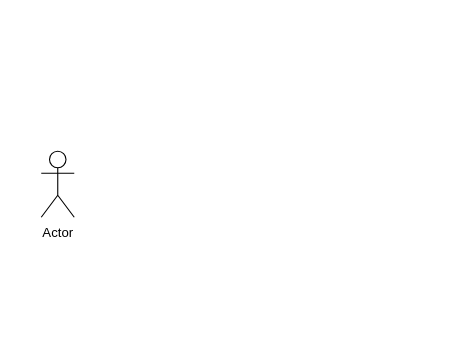
Above: Diagrama sem nome.drawio in FelipeeMartinns/Sistema-de-Triagem (draw.io), before the change. Source tidied: cells renumbered, new cells numbered last; positions are measured from the earlier drawing's top-left corner, leaving out a move shared by most shapes. Both pictures are drawn from the tidied source at 110%, with x=0, y=0 at pixel (41, 151).
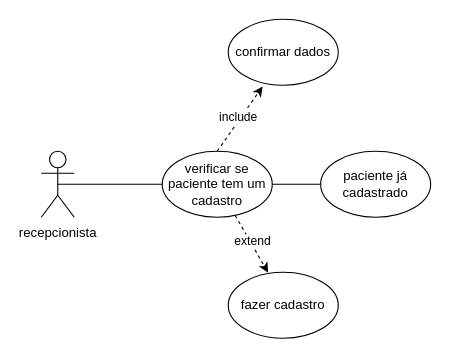
The same page after the edit.

Diff of the diagram source:
```diff
@@
 <mxGraphModel>
   <root>
     <mxCell id="0" />
     <mxCell id="1" parent="0" />
+    <mxCell id="3" style="rounded=0;jettySize=auto;html=1;exitX=0.5;exitY=0.5;exitDx=0;exitDy=0;exitPerimeter=0;entryX=0;entryY=0.5;entryDx=0;entryDy=0;endArrow=none;startFill=0;" parent="1" edge="1" source="2" target="5">
+      <mxGeometry relative="1" as="geometry" />
+    </mxCell>
-    <mxCell id="2" value="Actor" style="shape=umlActor;verticalLabelPosition=bottom;verticalAlign=top;html=1;outlineConnect=0;" parent="1" vertex="1">
+    <mxCell id="2" value="recepcionista" style="shape=umlActor;verticalLabelPosition=bottom;verticalAlign=top;html=1;outlineConnect=0;" parent="1" vertex="1">
       <mxGeometry width="30" height="60" as="geometry" />
     </mxCell>
+    <mxCell id="4" style="rounded=0;jettySize=auto;html=1;exitX=1;exitY=0.5;exitDx=0;exitDy=0;entryX=0;entryY=0.5;entryDx=0;entryDy=0;endArrow=none;startFill=0;" parent="1" edge="1" source="5" target="12">
+      <mxGeometry relative="1" as="geometry" />
+    </mxCell>
+    <mxCell id="5" value="verificar se paciente tem um cadastro" style="ellipse;whiteSpace=wrap;html=1;" parent="1" vertex="1">
+      <mxGeometry x="110" width="100" height="60" as="geometry" />
+    </mxCell>
+    <mxCell id="6" style="rounded=0;jettySize=auto;html=1;entryX=0.362;entryY=0.006;entryDx=0;entryDy=0;entryPerimeter=0;dashed=1;" parent="1" edge="1" source="5" target="8">
+      <mxGeometry relative="1" as="geometry" />
+    </mxCell>
+    <mxCell id="7" value="extend" style="edgeLabel;html=1;align=center;verticalAlign=middle;" parent="6" vertex="1">
+      <mxGeometry x="-0.08" y="2" relative="1" as="geometry" />
+    </mxCell>
+    <mxCell id="8" value="fazer cadastro" style="ellipse;whiteSpace=wrap;html=1;" parent="1" vertex="1">
+      <mxGeometry x="170" y="110" width="100" height="60" as="geometry" />
+    </mxCell>
+    <mxCell id="9" value="confirmar dados" style="ellipse;whiteSpace=wrap;html=1;" parent="1" vertex="1">
+      <mxGeometry x="170" y="-120" width="100" height="60" as="geometry" />
+    </mxCell>
+    <mxCell id="10" style="rounded=0;jettySize=auto;html=1;exitX=0.5;exitY=0;exitDx=0;exitDy=0;entryX=0.312;entryY=1.019;entryDx=0;entryDy=0;endArrow=classic;startFill=0;endFill=1;dashed=1;entryPerimeter=0;" parent="1" edge="1" source="5" target="9">
+      <mxGeometry relative="1" as="geometry" />
+    </mxCell>
+    <mxCell id="11" value="include" style="edgeLabel;html=1;align=center;verticalAlign=middle;" parent="10" vertex="1">
+      <mxGeometry y="3" relative="1" as="geometry" />
+    </mxCell>
+    <mxCell id="12" value="paciente já cadastrado" style="ellipse;whiteSpace=wrap;html=1;" parent="1" vertex="1">
+      <mxGeometry x="254" width="100" height="60" as="geometry" />
+    </mxCell>
   </root>
 </mxGraphModel>
```
